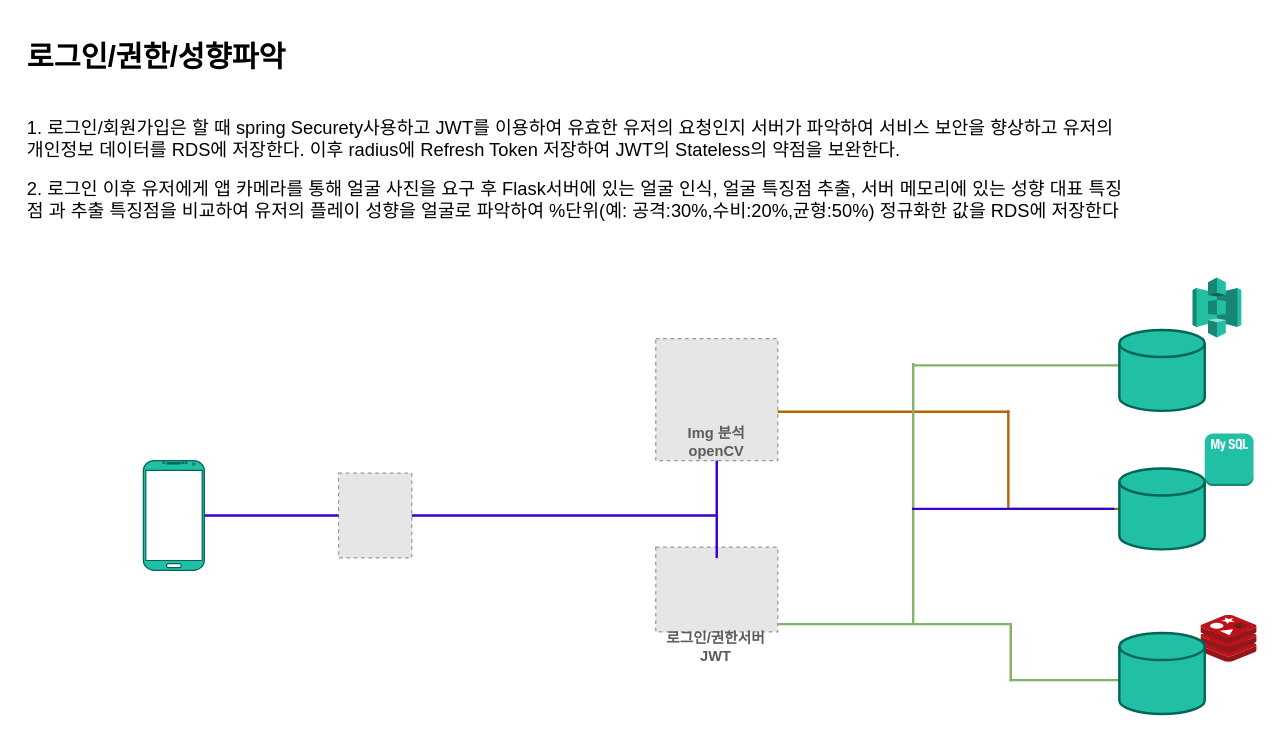
Earlier version of the draw.io diagram 롤팅 로그인&권한.drawio (hunsuk/LoLTing). Source tidied: cells renumbered, new cells numbered last; positions are measured from the earlier drawing's top-left corner, leaving out a move shared by most shapes. Both pictures are drawn from the tidied source at 122%, with x=0, y=0 at pixel (21, 33). Pictures stored in the file or linked from it are replaced by grey dashed boxes.
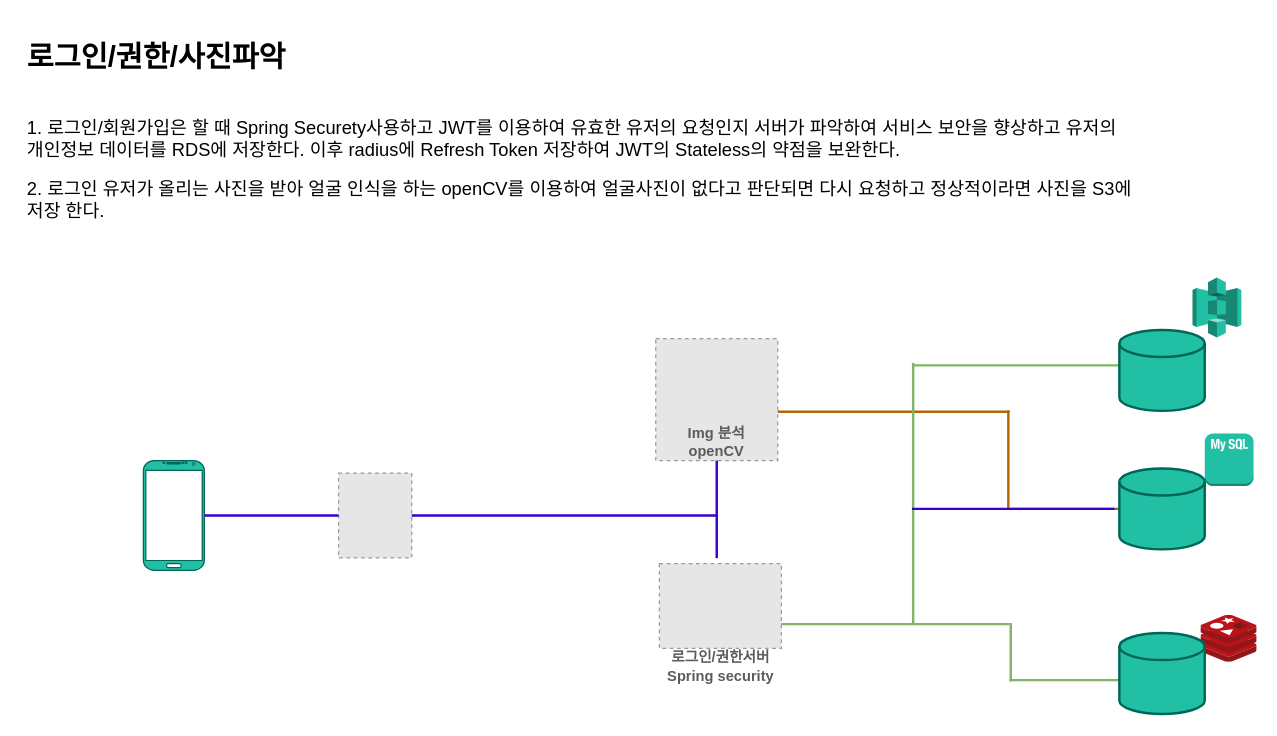
After the change.

Commit message:
롤팅 로그인&권한.drawio 업데이트

Diff of the diagram source:
```diff
@@
-    <mxCell id="10" style="group;fontColor=#5C5C5C;" parent="1" vertex="1">
-      <mxGeometry x="520" y="420.9" width="100" height="99.5" as="geometry" />
-    </mxCell>
-    <mxCell id="11" style="fillColor=#E6E6E6;strokeColor=#999999;dashed=1;verticalLabelPosition=bottom;verticalAlign=top;fontColor=#5C5C5C;" parent="10" vertex="1">
-      <mxGeometry width="100" height="69.5" as="geometry" />
-    </mxCell>
-    <mxCell id="12" value="&lt;div&gt;로그인/권한서버&lt;br&gt;&lt;/div&gt;&lt;div&gt;JWT&lt;/div&gt;" style="text;html=1;strokeColor=none;fillColor=none;align=center;verticalAlign=middle;whiteSpace=wrap;rounded=0;fontColor=#5C5C5C;fontStyle=1;" parent="10" vertex="1" collapsed="1">
-      <mxGeometry x="7" y="67.5" width="85" height="30" as="geometry" />
-    </mxCell>
@@
-    <mxCell id="27" value="&lt;h1&gt;로그인/권한/성향파악&lt;/h1&gt;&lt;div style=&quot;font-size: 15px;&quot;&gt;&lt;br&gt;&lt;/div&gt;&lt;div style=&quot;font-size: 15px;&quot;&gt;1. 로그인/회원가입은 할 때 spring Securety사용하고 JWT를 이용하여 유효한 유저의 요청인지 서버가 파악하여 서비스 보안을 향상하고 유저의 개인정보 데이터를 RDS에 저장한다. 이후 radius에 Refresh Token 저장하여 JWT의 Stateless의 약점을 보완한다. &lt;/div&gt;&lt;div&gt;&lt;br&gt;&lt;/div&gt;&lt;div style=&quot;font-size: 15px;&quot;&gt;2. 로그인 이후 유저에게 앱 카메라를 통해 얼굴 사진을 요구 후 Flask서버에 있는 얼굴 인식, 얼굴 특징점 추출, 서버 메모리에 있는 성향 대표 특징점 과 추출 특징점을 비교하여 유저의 플레이 성향을 얼굴로 파악하여 %단위(예: 공격:30%,수비:20%,균형:50%) 정규화한 값을 RDS에 저장한다&lt;br&gt;&lt;/div&gt;" style="text;html=1;strokeColor=none;fillColor=none;spacing=5;spacingTop=-20;whiteSpace=wrap;overflow=hidden;rounded=0;" parent="1" vertex="1">
+    <mxCell id="27" value="&lt;h1&gt;로그인/권한/사진파악&lt;/h1&gt;&lt;div style=&quot;font-size: 15px;&quot;&gt;&lt;br&gt;&lt;/div&gt;&lt;div style=&quot;font-size: 15px;&quot;&gt;1. 로그인/회원가입은 할 때 Spring Securety사용하고 JWT를 이용하여 유효한 유저의 요청인지 서버가 파악하여 서비스 보안을 향상하고 유저의 개인정보 데이터를 RDS에 저장한다. 이후 radius에 Refresh Token 저장하여 JWT의 Stateless의 약점을 보완한다. &lt;/div&gt;&lt;div&gt;&lt;br&gt;&lt;/div&gt;&lt;div style=&quot;font-size: 15px;&quot;&gt;2. 로그인 유저가 올리는 사진을 받아 얼굴 인식을 하는 openCV를 이용하여 얼굴사진이 없다고 판단되면 다시 요청하고 정상적이라면 사진을 S3에 저장 한다.&lt;br&gt;&lt;/div&gt;" style="text;html=1;strokeColor=none;fillColor=none;spacing=5;spacingTop=-20;whiteSpace=wrap;overflow=hidden;rounded=0;" parent="1" vertex="1">
       <mxGeometry width="916" height="220" as="geometry" />
     </mxCell>
@@
+    <mxCell id="29" style="group;fontColor=#5C5C5C;" parent="1" vertex="1">
+      <mxGeometry x="526" y="440" width="120" height="99.5" as="geometry" />
+    </mxCell>
+    <mxCell id="30" style="fillColor=#E6E6E6;strokeColor=#999999;dashed=1;verticalLabelPosition=bottom;verticalAlign=top;fontColor=#5C5C5C;" parent="29" vertex="1">
+      <mxGeometry x="-3" y="-5.5" width="100" height="69.5" as="geometry" />
+    </mxCell>
+    <mxCell id="31" value="&lt;div&gt;로그인/권한서버&lt;/div&gt;&lt;div&gt;Spring security&lt;/div&gt;" style="text;html=1;strokeColor=none;fillColor=none;align=center;verticalAlign=middle;whiteSpace=wrap;rounded=0;fontColor=#5C5C5C;fontStyle=1;" parent="29" vertex="1" collapsed="1">
+      <mxGeometry x="-9.5" y="64" width="113" height="30" as="geometry" />
+    </mxCell>
```
